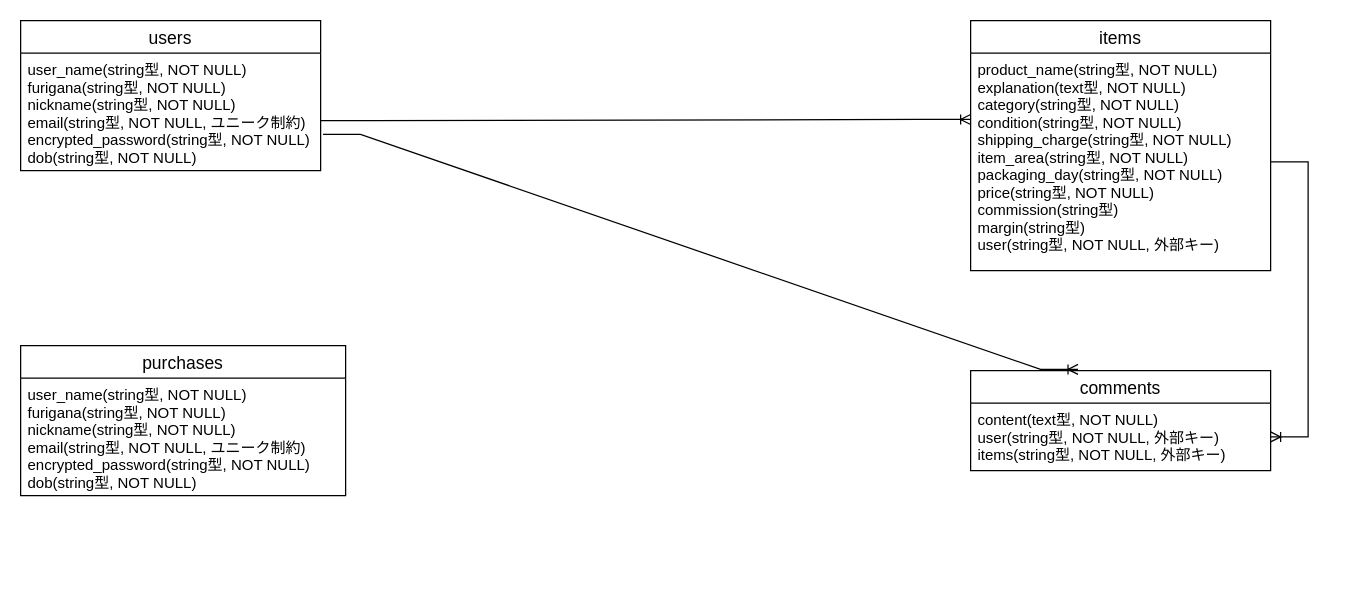
The draw.io diagram ER.dio in taaa0905/furima-37357, before the edit. Source tidied: cells renumbered, new cells numbered last; positions are measured from the earlier drawing's top-left corner, leaving out a move shared by most shapes. Both pictures are drawn from the tidied source at 125%, with x=0, y=0 at pixel (20, 20).
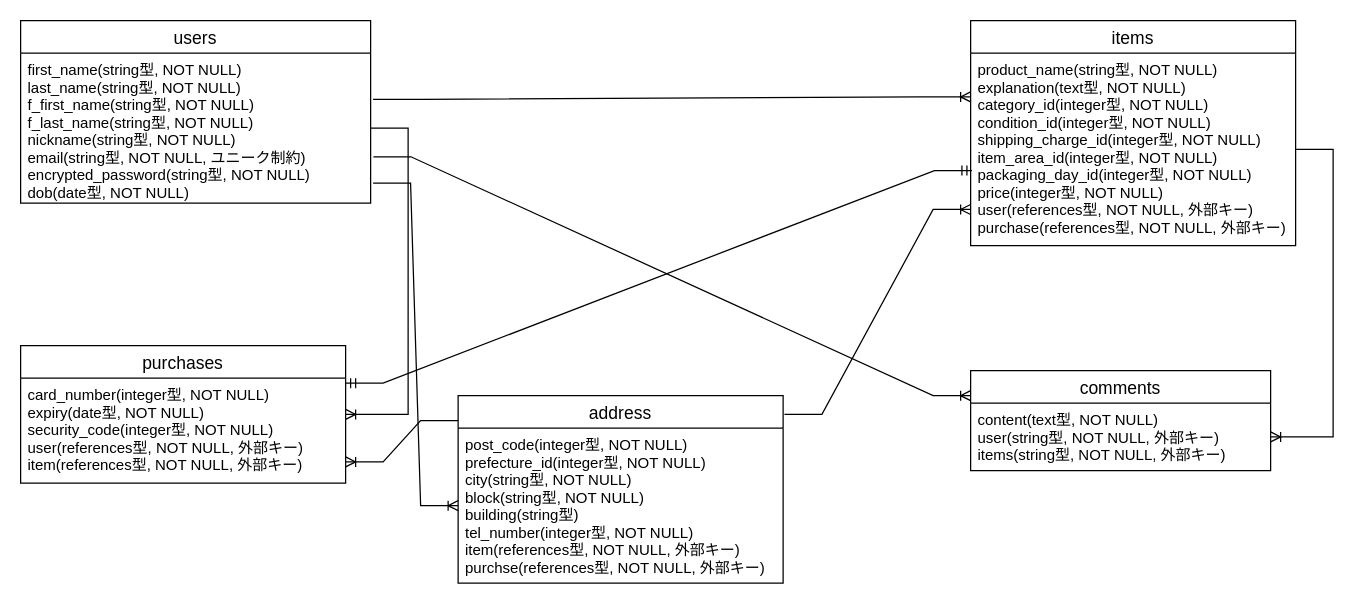
The same diagram, later.

Commit message (it also covers changes not shown here):
データベース設計、ER図作成

The change refers to these unchanged cells:
```xml
<mxCell id="6" value="comments" style="swimlane;fontStyle=0;horizontal=1;startSize=26;align=center;fontSize=14;" parent="1" vertex="1">
  <mxGeometry x="760" y="280" width="240" height="80" as="geometry" />
</mxCell>
```

The edit, as a diff of the source:
```diff
@@
     <mxCell id="2" value="users" style="swimlane;fontStyle=0;horizontal=1;startSize=26;align=center;fontSize=14;" parent="1" vertex="1">
-      <mxGeometry width="240" height="120" as="geometry" />
+      <mxGeometry width="280" height="146" as="geometry" />
     </mxCell>
-    <mxCell id="3" value="user_name(string型, NOT NULL)&#10;furigana(string型, NOT NULL)&#10;nickname(string型, NOT NULL)&#10;email(string型, NOT NULL, ユニーク制約)&#10;encrypted_password(string型, NOT NULL)&#10;dob(string型, NOT NULL)" style="text;strokeColor=none;fillColor=none;spacingLeft=4;spacingRight=4;overflow=hidden;points=[[0,0.5],[1,0.5]];portConstraint=eastwest;fontSize=12;" parent="2" vertex="1">
-      <mxGeometry y="26" width="240" height="94" as="geometry" />
+    <mxCell id="3" value="first_name(string型, NOT NULL)&#10;last_name(string型, NOT NULL)&#10;f_first_name(string型, NOT NULL)&#10;f_last_name(string型, NOT NULL)&#10;nickname(string型, NOT NULL)&#10;email(string型, NOT NULL, ユニーク制約)&#10;encrypted_password(string型, NOT NULL)&#10;dob(date型, NOT NULL)" style="text;strokeColor=none;fillColor=none;spacingLeft=4;spacingRight=4;overflow=hidden;points=[[0,0.5],[1,0.5]];portConstraint=eastwest;fontSize=12;" parent="2" vertex="1">
+      <mxGeometry y="26" width="280" height="120" as="geometry" />
     </mxCell>
     <mxCell id="4" value="items" style="swimlane;fontStyle=0;horizontal=1;startSize=26;align=center;fontSize=14;" parent="1" vertex="1">
-      <mxGeometry x="760" width="240" height="200" as="geometry" />
+      <mxGeometry x="760" width="260" height="180" as="geometry" />
     </mxCell>
-    <mxCell id="5" value="product_name(string型, NOT NULL)&#10;explanation(text型, NOT NULL)&#10;category(string型, NOT NULL)&#10;condition(string型, NOT NULL)&#10;shipping_charge(string型, NOT NULL)&#10;item_area(string型, NOT NULL)&#10;packaging_day(string型, NOT NULL)&#10;price(string型, NOT NULL)&#10;commission(string型)&#10;margin(string型)&#10;user(string型, NOT NULL, 外部キー)&#10;&#10;" style="text;strokeColor=none;fillColor=none;spacingLeft=4;spacingRight=4;overflow=hidden;points=[[0,0.5],[1,0.5]];portConstraint=eastwest;fontSize=12;" parent="4" vertex="1">
-      <mxGeometry y="26" width="240" height="174" as="geometry" />
+    <mxCell id="5" value="product_name(string型, NOT NULL)&#10;explanation(text型, NOT NULL)&#10;category_id(integer型, NOT NULL)&#10;condition_id(integer型, NOT NULL)&#10;shipping_charge_id(integer型, NOT NULL)&#10;item_area_id(integer型, NOT NULL)&#10;packaging_day_id(integer型, NOT NULL)&#10;price(integer型, NOT NULL)&#10;user(references型, NOT NULL, 外部キー)&#10;purchase(references型, NOT NULL, 外部キー)&#10;" style="text;strokeColor=none;fillColor=none;spacingLeft=4;spacingRight=4;overflow=hidden;points=[[0,0.5],[1,0.5]];portConstraint=eastwest;fontSize=12;" parent="4" vertex="1">
+      <mxGeometry y="26" width="260" height="154" as="geometry" />
     </mxCell>
@@
-    <mxCell id="8" style="edgeStyle=entityRelationEdgeStyle;fontSize=12;html=1;endArrow=ERoneToMany;entryX=0;entryY=0.305;entryDx=0;entryDy=0;entryPerimeter=0;" parent="1" edge="1" target="5">
+    <mxCell id="8" style="edgeStyle=entityRelationEdgeStyle;fontSize=12;html=1;endArrow=ERoneToMany;exitX=1.007;exitY=0.308;exitDx=0;exitDy=0;exitPerimeter=0;" parent="1" edge="1" source="3">
       <mxGeometry relative="1" as="geometry">
-        <mxPoint x="240" y="80" as="sourcePoint" />
+        <mxPoint x="760" y="61" as="targetPoint" />
       </mxGeometry>
     </mxCell>
-    <mxCell id="9" style="edgeStyle=entityRelationEdgeStyle;fontSize=12;html=1;endArrow=ERoneToMany;rounded=0;entryX=0.358;entryY=-0.012;entryDx=0;entryDy=0;entryPerimeter=0;exitX=1.008;exitY=0.691;exitDx=0;exitDy=0;exitPerimeter=0;" parent="1" edge="1" source="3" target="6">
+    <mxCell id="9" style="edgeStyle=entityRelationEdgeStyle;fontSize=12;html=1;endArrow=ERoneToMany;rounded=0;entryX=0;entryY=0.25;entryDx=0;entryDy=0;exitX=1.008;exitY=0.691;exitDx=0;exitDy=0;exitPerimeter=0;" parent="1" edge="1" source="3" target="6">
       <mxGeometry relative="1" as="geometry" />
     </mxCell>
@@
     <mxCell id="11" value="purchases" style="swimlane;fontStyle=0;horizontal=1;startSize=26;align=center;fontSize=14;" parent="1" vertex="1">
-      <mxGeometry y="260" width="260" height="120" as="geometry" />
+      <mxGeometry y="260" width="260" height="110" as="geometry" />
     </mxCell>
-    <mxCell id="12" value="user_name(string型, NOT NULL)&#10;furigana(string型, NOT NULL)&#10;nickname(string型, NOT NULL)&#10;email(string型, NOT NULL, ユニーク制約)&#10;encrypted_password(string型, NOT NULL)&#10;dob(string型, NOT NULL)" style="text;strokeColor=none;fillColor=none;spacingLeft=4;spacingRight=4;overflow=hidden;points=[[0,0.5],[1,0.5]];portConstraint=eastwest;fontSize=12;" parent="11" vertex="1">
-      <mxGeometry y="26" width="260" height="94" as="geometry" />
+    <mxCell id="12" value="card_number(integer型, NOT NULL)&#10;expiry(date型, NOT NULL)&#10;security_code(integer型, NOT NULL)&#10;user(references型, NOT NULL, 外部キー)&#10;item(references型, NOT NULL, 外部キー)&#10;" style="text;strokeColor=none;fillColor=none;spacingLeft=4;spacingRight=4;overflow=hidden;points=[[0,0.5],[1,0.5]];portConstraint=eastwest;fontSize=12;" parent="11" vertex="1">
+      <mxGeometry y="26" width="260" height="84" as="geometry" />
     </mxCell>
+    <mxCell id="13" value="address" style="swimlane;fontStyle=0;horizontal=1;startSize=26;align=center;fontSize=14;" parent="1" vertex="1">
+      <mxGeometry x="350" y="300" width="260" height="150" as="geometry" />
+    </mxCell>
+    <mxCell id="14" value="post_code(integer型, NOT NULL)&#10;prefecture_id(integer型, NOT NULL)&#10;city(string型, NOT NULL)&#10;block(string型, NOT NULL)&#10;building(string型)&#10;tel_number(integer型, NOT NULL)&#10;item(references型, NOT NULL, 外部キー)&#10;purchse(references型, NOT NULL, 外部キー)&#10;" style="text;strokeColor=none;fillColor=none;spacingLeft=4;spacingRight=4;overflow=hidden;points=[[0,0.5],[1,0.5]];portConstraint=eastwest;fontSize=12;" parent="13" vertex="1">
+      <mxGeometry y="26" width="260" height="124" as="geometry" />
+    </mxCell>
+    <mxCell id="15" style="edgeStyle=entityRelationEdgeStyle;fontSize=12;html=1;endArrow=ERoneToMany;rounded=0;" parent="1" edge="1" source="3" target="11">
+      <mxGeometry relative="1" as="geometry" />
+    </mxCell>
+    <mxCell id="16" style="edgeStyle=entityRelationEdgeStyle;fontSize=12;html=1;endArrow=ERoneToMany;rounded=0;exitX=1.007;exitY=0.867;exitDx=0;exitDy=0;exitPerimeter=0;" parent="1" edge="1" source="3" target="14">
+      <mxGeometry relative="1" as="geometry" />
+    </mxCell>
+    <mxCell id="17" style="edgeStyle=entityRelationEdgeStyle;fontSize=12;html=1;endArrow=ERmandOne;startArrow=ERmandOne;rounded=0;entryX=0.004;entryY=0.61;entryDx=0;entryDy=0;entryPerimeter=0;" parent="1" edge="1" target="5">
+      <mxGeometry relative="1" as="geometry">
+        <mxPoint x="260" y="290" as="sourcePoint" />
+      </mxGeometry>
+    </mxCell>
+    <mxCell id="18" style="edgeStyle=entityRelationEdgeStyle;fontSize=12;html=1;endArrow=ERoneToMany;rounded=0;entryX=1;entryY=0.798;entryDx=0;entryDy=0;entryPerimeter=0;exitX=0;exitY=0.133;exitDx=0;exitDy=0;exitPerimeter=0;" parent="1" edge="1" source="13" target="12">
+      <mxGeometry relative="1" as="geometry" />
+    </mxCell>
+    <mxCell id="19" style="edgeStyle=entityRelationEdgeStyle;fontSize=12;html=1;endArrow=ERoneToMany;rounded=0;entryX=0;entryY=0.812;entryDx=0;entryDy=0;exitX=1.004;exitY=0.1;exitDx=0;exitDy=0;exitPerimeter=0;entryPerimeter=0;" parent="1" edge="1" source="13" target="5">
+      <mxGeometry relative="1" as="geometry" />
+    </mxCell>
```
